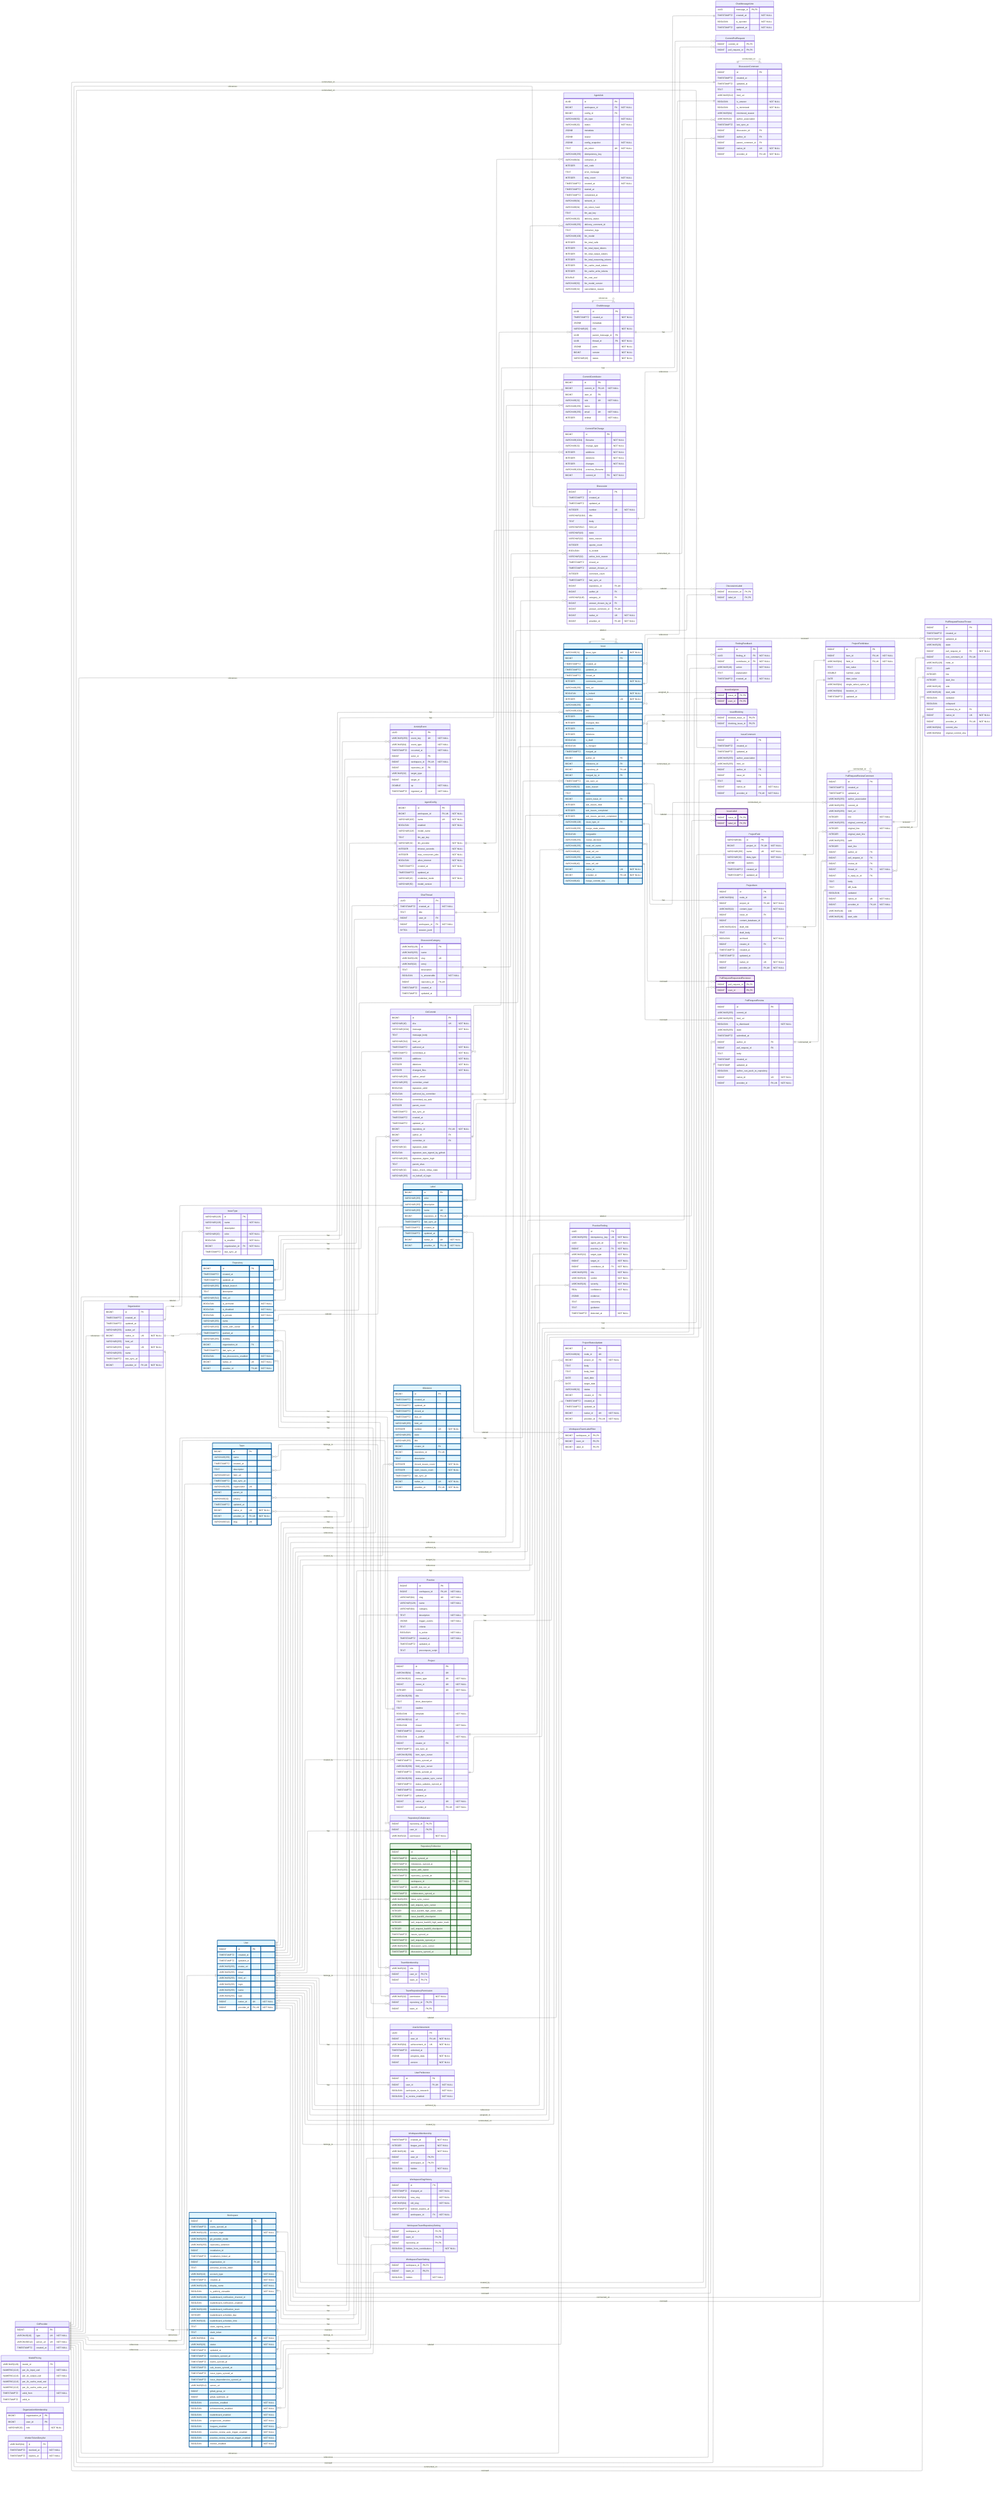
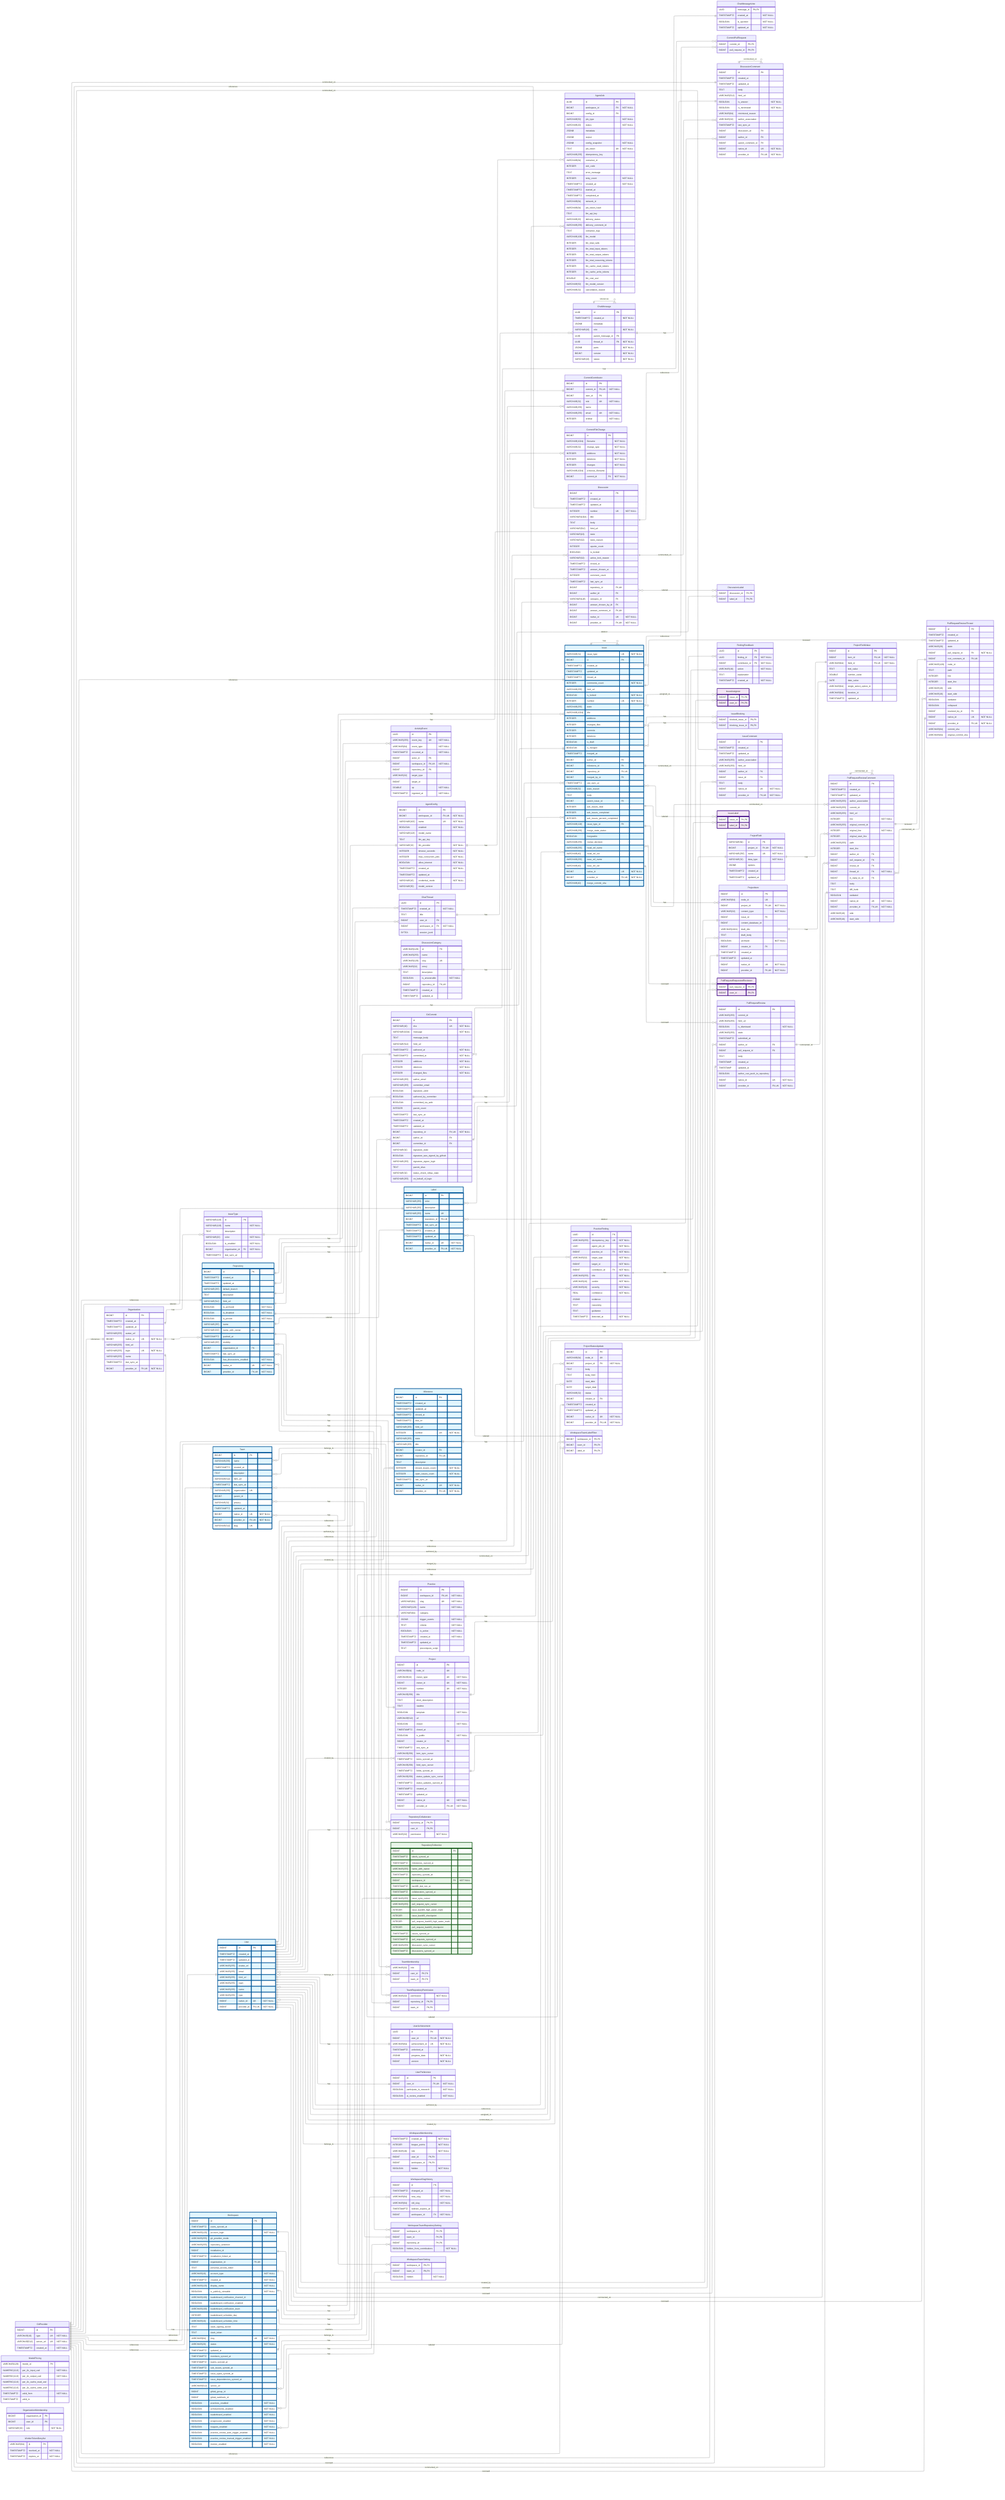
---
config:
    layout: elk
---
erDiagram
    %% Generated automatically from PostgreSQL database schema
    %% using scripts/generate-mermaid-erd.ts
    %% To regenerate: pnpm run db:generate-erd-docs

    direction LR

    ActivityEvent {
        UUID id PK
        VARCHAR(255) event_key UK "NOT NULL"
        VARCHAR(64) event_type "NOT NULL"
        TIMESTAMPTZ occurred_at "NOT NULL"
        BIGINT actor_id FK
        BIGINT workspace_id FK,UK "NOT NULL"
        BIGINT repository_id FK
        VARCHAR(32) target_type
        BIGINT target_id
        DOUBLE xp "NOT NULL"
        TIMESTAMPTZ ingested_at "NOT NULL"
    }

    AgentConfig {
        BIGINT id PK
        BIGINT workspace_id FK,UK "NOT NULL"
        VARCHAR(100) name UK "NOT NULL"
        BOOLEAN enabled "NOT NULL"
        VARCHAR(128) model_name
        TEXT llm_api_key
        VARCHAR(32) llm_provider "NOT NULL"
        INTEGER timeout_seconds "NOT NULL"
        INTEGER max_concurrent_jobs "NOT NULL"
        BOOLEAN allow_internet "NOT NULL"
        TIMESTAMPTZ created_at "NOT NULL"
        TIMESTAMPTZ updated_at
        VARCHAR(16) credential_mode "NOT NULL"
        VARCHAR(50) model_version
    }

    AgentJob {
        UUID id PK
        BIGINT workspace_id FK "NOT NULL"
        BIGINT config_id FK
        VARCHAR(50) job_type "NOT NULL"
        VARCHAR(20) status "NOT NULL"
        JSONB metadata
        JSONB output
        JSONB config_snapshot "NOT NULL"
        TEXT job_token UK "NOT NULL"
        VARCHAR(255) idempotency_key
        VARCHAR(64) container_id
        INTEGER exit_code
        TEXT error_message
        INTEGER retry_count "NOT NULL"
        TIMESTAMPTZ created_at "NOT NULL"
        TIMESTAMPTZ started_at
        TIMESTAMPTZ completed_at
        VARCHAR(64) network_id
        VARCHAR(64) job_token_hash
        TEXT llm_api_key
        VARCHAR(20) delivery_status
        VARCHAR(255) delivery_comment_id
        TEXT container_logs
        VARCHAR(100) llm_model
        INTEGER llm_total_calls
        INTEGER llm_total_input_tokens
        INTEGER llm_total_output_tokens
        INTEGER llm_total_reasoning_tokens
        INTEGER llm_cache_read_tokens
        INTEGER llm_cache_write_tokens
        DOUBLE llm_cost_usd
        VARCHAR(50) llm_model_version
        VARCHAR(32) cancellation_reason
    }

    ChatMessage {
        UUID id PK
        TIMESTAMPTZ created_at "NOT NULL"
        JSONB metadata
        VARCHAR(16) role "NOT NULL"
        UUID parent_message_id FK
        UUID thread_id FK "NOT NULL"
        JSONB parts "NOT NULL"
        BIGINT version "NOT NULL"
        VARCHAR(16) status "NOT NULL"
    }

    ChatMessageVote {
        UUID message_id PK,FK
        TIMESTAMPTZ created_at "NOT NULL"
        BOOLEAN is_upvoted "NOT NULL"
        TIMESTAMPTZ updated_at "NOT NULL"
    }

    ChatThread {
        UUID id PK
        TIMESTAMPTZ created_at "NOT NULL"
        TEXT title
        BIGINT user_id FK
        BIGINT workspace_id FK "NOT NULL"
        BYTEA session_jsonl
    }

    CommitContributor {
        BIGINT id PK
        BIGINT commit_id FK,UK "NOT NULL"
        BIGINT user_id FK
        VARCHAR(32) role UK "NOT NULL"
        VARCHAR(255) name
        VARCHAR(255) email UK "NOT NULL"
        INTEGER ordinal "NOT NULL"
    }

    CommitFileChange {
        BIGINT id PK
        VARCHAR(1024) filename "NOT NULL"
        VARCHAR(32) change_type "NOT NULL"
        INTEGER additions "NOT NULL"
        INTEGER deletions "NOT NULL"
        INTEGER changes "NOT NULL"
        VARCHAR(1024) previous_filename
        BIGINT commit_id FK "NOT NULL"
    }

    CommitPullRequest {
        BIGINT commit_id PK,FK
        BIGINT pull_request_id PK,FK
    }

    Discussion {
        BIGINT id PK
        TIMESTAMPTZ created_at
        TIMESTAMPTZ updated_at
        INTEGER number UK "NOT NULL"
        VARCHAR(1024) title
        TEXT body
        VARCHAR(512) html_url
        VARCHAR(16) state
        VARCHAR(32) state_reason
        INTEGER upvote_count
        BOOLEAN is_locked
        VARCHAR(32) active_lock_reason
        TIMESTAMPTZ closed_at
        TIMESTAMPTZ answer_chosen_at
        INTEGER comment_count
        TIMESTAMPTZ last_sync_at
        BIGINT repository_id FK,UK
        BIGINT author_id FK
        VARCHAR(128) category_id FK
        BIGINT answer_chosen_by_id FK
        BIGINT answer_comment_id FK,UK
        BIGINT native_id UK "NOT NULL"
        BIGINT provider_id FK,UK "NOT NULL"
    }

    DiscussionCategory {
        VARCHAR(128) id PK
        VARCHAR(255) name
        VARCHAR(128) slug UK
        VARCHAR(32) emoji
        TEXT description
        BOOLEAN is_answerable "NOT NULL"
        BIGINT repository_id FK,UK
        TIMESTAMPTZ created_at
        TIMESTAMPTZ updated_at
    }

    DiscussionComment {
        BIGINT id PK
        TIMESTAMPTZ created_at
        TIMESTAMPTZ updated_at
        TEXT body
        VARCHAR(512) html_url
        BOOLEAN is_answer "NOT NULL"
        BOOLEAN is_minimized "NOT NULL"
        VARCHAR(64) minimized_reason
        VARCHAR(32) author_association
        TIMESTAMPTZ last_sync_at
        BIGINT discussion_id FK
        BIGINT author_id FK
        BIGINT parent_comment_id FK
        BIGINT native_id UK "NOT NULL"
        BIGINT provider_id FK,UK "NOT NULL"
    }

    DiscussionLabel {
        BIGINT discussion_id PK,FK
        BIGINT label_id PK,FK
    }

    FindingFeedback {
        UUID id PK
        UUID finding_id FK "NOT NULL"
        BIGINT contributor_id FK "NOT NULL"
        VARCHAR(16) action "NOT NULL"
        TEXT explanation
        TIMESTAMPTZ created_at "NOT NULL"
    }

    GitCommit {
        BIGINT id PK
        VARCHAR(40) sha UK "NOT NULL"
        VARCHAR(1024) message "NOT NULL"
        TEXT message_body
        VARCHAR(512) html_url
        TIMESTAMPTZ authored_at "NOT NULL"
        TIMESTAMPTZ committed_at "NOT NULL"
        INTEGER additions "NOT NULL"
        INTEGER deletions "NOT NULL"
        INTEGER changed_files "NOT NULL"
        VARCHAR(255) author_email
        VARCHAR(255) committer_email
        BOOLEAN signature_valid
        BOOLEAN authored_by_committer
        BOOLEAN committed_via_web
        INTEGER parent_count
        TIMESTAMPTZ last_sync_at
        TIMESTAMPTZ created_at
        TIMESTAMPTZ updated_at
        BIGINT repository_id FK,UK "NOT NULL"
        BIGINT author_id FK
        BIGINT committer_id FK
        VARCHAR(32) signature_state
        BOOLEAN signature_was_signed_by_github
        VARCHAR(255) signature_signer_login
        TEXT parent_shas
        VARCHAR(32) status_check_rollup_state
        VARCHAR(255) on_behalf_of_login
    }

    GitProvider {
        BIGINT id PK
        VARCHAR(10) type UK "NOT NULL"
        VARCHAR(512) server_url UK "NOT NULL"
        TIMESTAMPTZ created_at "NOT NULL"
    }

    Issue {
        VARCHAR(31) issue_type UK "NOT NULL"
        BIGINT id PK
        TIMESTAMPTZ created_at
        TIMESTAMPTZ updated_at
        TIMESTAMPTZ closed_at
        INTEGER comments_count "NOT NULL"
        VARCHAR(255) html_url
        BOOLEAN is_locked "NOT NULL"
        INTEGER number UK "NOT NULL"
        VARCHAR(255) state
        VARCHAR(1024) title
        INTEGER additions
        INTEGER changed_files
        INTEGER commits
        INTEGER deletions
        BOOLEAN is_draft
        BOOLEAN is_merged
        TIMESTAMPTZ merged_at
        BIGINT author_id FK
        BIGINT milestone_id FK
        BIGINT repository_id FK,UK
        BIGINT merged_by_id FK
        TIMESTAMPTZ last_sync_at
        VARCHAR(32) state_reason
        TEXT body
        BIGINT parent_issue_id FK
        INTEGER sub_issues_total
        INTEGER sub_issues_completed
        INTEGER sub_issues_percent_completed
        VARCHAR(128) issue_type_id FK
        VARCHAR(255) merge_state_status
        BOOLEAN mergeable
        VARCHAR(255) review_decision
        VARCHAR(255) head_ref_name
        VARCHAR(40) head_ref_oid
        VARCHAR(255) base_ref_name
        VARCHAR(40) base_ref_oid
        BIGINT native_id UK "NOT NULL"
        BIGINT provider_id FK,UK "NOT NULL"
        VARCHAR(40) merge_commit_sha
    }

    IssueAssignee {
        BIGINT issue_id PK,FK
        BIGINT user_id PK,FK
    }

    IssueBlocking {
        BIGINT blocked_issue_id PK,FK
        BIGINT blocking_issue_id PK,FK
    }

    IssueComment {
        BIGINT id PK
        TIMESTAMPTZ created_at
        TIMESTAMPTZ updated_at
        VARCHAR(255) author_association
        VARCHAR(255) html_url
        BIGINT author_id FK
        BIGINT issue_id FK
        TEXT body
        BIGINT native_id UK "NOT NULL"
        BIGINT provider_id FK,UK "NOT NULL"
    }

    IssueLabel {
        BIGINT issue_id PK,FK
        BIGINT label_id PK,FK
    }

    IssueType {
        VARCHAR(128) id PK
        VARCHAR(128) name "NOT NULL"
        TEXT description
        VARCHAR(20) color "NOT NULL"
        BOOLEAN is_enabled "NOT NULL"
        BIGINT organization_id FK "NOT NULL"
        TIMESTAMPTZ last_sync_at
    }

    Label {
        BIGINT id PK
        VARCHAR(255) color
        VARCHAR(255) description
        VARCHAR(255) name UK
        BIGINT repository_id FK,UK
        TIMESTAMPTZ last_sync_at
        TIMESTAMPTZ created_at
        TIMESTAMPTZ updated_at
        BIGINT native_id UK "NOT NULL"
        BIGINT provider_id FK,UK "NOT NULL"
    }

    Milestone {
        BIGINT id PK
        TIMESTAMPTZ created_at
        TIMESTAMPTZ updated_at
        TIMESTAMPTZ closed_at
        TIMESTAMPTZ due_on
        VARCHAR(255) html_url
        INTEGER number UK "NOT NULL"
        VARCHAR(255) state
        VARCHAR(255) title
        BIGINT creator_id FK
        BIGINT repository_id FK,UK
        TEXT description
        INTEGER closed_issues_count "NOT NULL"
        INTEGER open_issues_count "NOT NULL"
        TIMESTAMPTZ last_sync_at
        BIGINT native_id UK "NOT NULL"
        BIGINT provider_id FK,UK "NOT NULL"
    }

    ModelPricing {
        VARCHAR(128) model_id PK
        NUMERIC(12,6) per_1k_input_usd "NOT NULL"
        NUMERIC(12,6) per_1k_output_usd "NOT NULL"
        NUMERIC(12,6) per_1k_cache_read_usd
        NUMERIC(12,6) per_1k_cache_write_usd
        TIMESTAMPTZ valid_from "NOT NULL"
        TIMESTAMPTZ valid_to
    }

    Organization {
        BIGINT id PK
        TIMESTAMPTZ created_at
        TIMESTAMPTZ updated_at
        VARCHAR(255) avatar_url
        BIGINT native_id UK "NOT NULL"
        VARCHAR(255) html_url
        VARCHAR(255) login UK "NOT NULL"
        VARCHAR(255) name
        TIMESTAMPTZ last_sync_at
        BIGINT provider_id FK,UK "NOT NULL"
    }

    OrganizationMembership {
        BIGINT organization_id PK
        BIGINT user_id PK
        VARCHAR(32) role "NOT NULL"
    }

    Practice {
        BIGINT id PK
        BIGINT workspace_id FK,UK "NOT NULL"
        VARCHAR(64) slug UK "NOT NULL"
        VARCHAR(128) name "NOT NULL"
        VARCHAR(64) category
-         TEXT description "NOT NULL"
        JSONB trigger_events "NOT NULL"
-         TEXT criteria
+         TEXT criteria "NOT NULL"
        BOOLEAN is_active "NOT NULL"
        TIMESTAMPTZ created_at "NOT NULL"
        TIMESTAMPTZ updated_at
        TEXT precompute_script
    }

    PracticeFinding {
        UUID id PK
        VARCHAR(255) idempotency_key UK "NOT NULL"
        UUID agent_job_id "NOT NULL"
        BIGINT practice_id FK "NOT NULL"
        VARCHAR(32) target_type "NOT NULL"
        BIGINT target_id "NOT NULL"
        BIGINT contributor_id FK "NOT NULL"
        VARCHAR(255) title "NOT NULL"
        VARCHAR(16) verdict "NOT NULL"
        VARCHAR(16) severity "NOT NULL"
        REAL confidence "NOT NULL"
        JSONB evidence
        TEXT reasoning
        TEXT guidance
        TIMESTAMPTZ detected_at "NOT NULL"
    }

    Project {
        BIGINT id PK
        VARCHAR(64) node_id UK
        VARCHAR(32) owner_type UK "NOT NULL"
        BIGINT owner_id UK "NOT NULL"
        INTEGER number UK "NOT NULL"
        VARCHAR(256) title
        TEXT short_description
        TEXT readme
        BOOLEAN template "NOT NULL"
        VARCHAR(512) url
        BOOLEAN closed "NOT NULL"
        TIMESTAMPTZ closed_at
        BOOLEAN is_public "NOT NULL"
        BIGINT creator_id FK
        TIMESTAMPTZ last_sync_at
        VARCHAR(256) item_sync_cursor
        TIMESTAMPTZ items_synced_at
        VARCHAR(256) field_sync_cursor
        TIMESTAMPTZ fields_synced_at
        VARCHAR(256) status_update_sync_cursor
        TIMESTAMPTZ status_updates_synced_at
        TIMESTAMPTZ created_at
        TIMESTAMPTZ updated_at
        BIGINT native_id UK "NOT NULL"
        BIGINT provider_id FK,UK "NOT NULL"
    }

    ProjectField {
        VARCHAR(64) id PK
        BIGINT project_id FK,UK "NOT NULL"
        VARCHAR(256) name UK "NOT NULL"
        VARCHAR(32) data_type "NOT NULL"
        JSONB options
        TIMESTAMPTZ created_at
        TIMESTAMPTZ updated_at
    }

    ProjectFieldValue {
        BIGINT id PK
        BIGINT item_id FK,UK "NOT NULL"
        VARCHAR(64) field_id FK,UK "NOT NULL"
        TEXT text_value
        DOUBLE number_value
        DATE date_value
        VARCHAR(64) single_select_option_id
        VARCHAR(64) iteration_id
        TIMESTAMPTZ updated_at
    }

    ProjectItem {
        BIGINT id PK
        VARCHAR(64) node_id UK
        BIGINT project_id FK,UK "NOT NULL"
        VARCHAR(32) content_type "NOT NULL"
        BIGINT issue_id FK
        BIGINT content_database_id
        VARCHAR(1024) draft_title
        TEXT draft_body
        BOOLEAN archived "NOT NULL"
        BIGINT creator_id FK
        TIMESTAMPTZ created_at
        TIMESTAMPTZ updated_at
        BIGINT native_id UK "NOT NULL"
        BIGINT provider_id FK,UK "NOT NULL"
    }

    ProjectStatusUpdate {
        BIGINT id PK
        VARCHAR(64) node_id UK
        BIGINT project_id FK "NOT NULL"
        TEXT body
        TEXT body_html
        DATE start_date
        DATE target_date
        VARCHAR(32) status
        BIGINT creator_id FK
        TIMESTAMPTZ created_at
        TIMESTAMPTZ updated_at
        BIGINT native_id UK "NOT NULL"
        BIGINT provider_id FK,UK "NOT NULL"
    }

    PullRequestRequestedReviewer {
        BIGINT pull_request_id PK,FK
        BIGINT user_id PK,FK
    }

    PullRequestReview {
        BIGINT id PK
        VARCHAR(255) commit_id
        VARCHAR(255) html_url
        BOOLEAN is_dismissed "NOT NULL"
        VARCHAR(255) state
        TIMESTAMPTZ submitted_at
        BIGINT author_id FK
        BIGINT pull_request_id FK
        TEXT body
        TIMESTAMP created_at
        TIMESTAMP updated_at
        BOOLEAN author_can_push_to_repository
        BIGINT native_id UK "NOT NULL"
        BIGINT provider_id FK,UK "NOT NULL"
    }

    PullRequestReviewComment {
        BIGINT id PK
        TIMESTAMPTZ created_at
        TIMESTAMPTZ updated_at
        VARCHAR(255) author_association
        VARCHAR(255) commit_id
        VARCHAR(255) html_url
        INTEGER line "NOT NULL"
        VARCHAR(255) original_commit_id
        INTEGER original_line "NOT NULL"
        INTEGER original_start_line
        VARCHAR(255) path
        INTEGER start_line
        BIGINT author_id FK
        BIGINT pull_request_id FK
        BIGINT review_id FK
        BIGINT thread_id FK "NOT NULL"
        BIGINT in_reply_to_id FK
        TEXT body
        TEXT diff_hunk
        BOOLEAN outdated
        BIGINT native_id UK "NOT NULL"
        BIGINT provider_id FK,UK "NOT NULL"
        VARCHAR(16) side
        VARCHAR(16) start_side
    }

    PullRequestReviewThread {
        BIGINT id PK
        TIMESTAMPTZ created_at
        TIMESTAMPTZ updated_at
        VARCHAR(20) state
        BIGINT pull_request_id FK "NOT NULL"
        BIGINT root_comment_id FK,UK
        VARCHAR(128) node_id
        TEXT path
        INTEGER line
        INTEGER start_line
        VARCHAR(16) side
        VARCHAR(16) start_side
        BOOLEAN outdated
        BOOLEAN collapsed
        BIGINT resolved_by_id FK
        BIGINT native_id UK "NOT NULL"
        BIGINT provider_id FK,UK "NOT NULL"
        VARCHAR(64) commit_sha
        VARCHAR(64) original_commit_sha
    }

    Repository {
        BIGINT id PK
        TIMESTAMPTZ created_at
        TIMESTAMPTZ updated_at
        VARCHAR(255) default_branch
        TEXT description
        VARCHAR(512) html_url
        BOOLEAN is_archived "NOT NULL"
        BOOLEAN is_disabled "NOT NULL"
        BOOLEAN is_private "NOT NULL"
        VARCHAR(255) name
        VARCHAR(150) name_with_owner UK
        TIMESTAMPTZ pushed_at
        VARCHAR(255) visibility
        BIGINT organization_id FK
        TIMESTAMPTZ last_sync_at
        BOOLEAN has_discussions_enabled "NOT NULL"
        BIGINT native_id UK "NOT NULL"
        BIGINT provider_id FK,UK "NOT NULL"
    }

    RepositoryCollaborator {
        BIGINT repository_id PK,FK
        BIGINT user_id PK,FK
        VARCHAR(32) permission "NOT NULL"
    }

    RepositoryToMonitor {
        BIGINT id PK
        TIMESTAMPTZ labels_synced_at
        TIMESTAMPTZ milestones_synced_at
        VARCHAR(255) name_with_owner
        TIMESTAMPTZ repository_synced_at
        BIGINT workspace_id FK "NOT NULL"
        TIMESTAMPTZ backfill_last_run_at
        TIMESTAMPTZ collaborators_synced_at
        VARCHAR(255) issue_sync_cursor
        VARCHAR(255) pull_request_sync_cursor
        INTEGER issue_backfill_high_water_mark
        INTEGER issue_backfill_checkpoint
        INTEGER pull_request_backfill_high_water_mark
        INTEGER pull_request_backfill_checkpoint
        TIMESTAMPTZ issues_synced_at
        TIMESTAMPTZ pull_requests_synced_at
        VARCHAR(255) discussion_sync_cursor
        TIMESTAMPTZ discussions_synced_at
    }

    Team {
        BIGINT id PK
        VARCHAR(255) name
        TIMESTAMPTZ created_at
        TEXT description
        VARCHAR(512) html_url
        TIMESTAMPTZ last_sync_at
        VARCHAR(255) organization UK
        BIGINT parent_id
        VARCHAR(32) privacy
        TIMESTAMPTZ updated_at
        BIGINT native_id UK "NOT NULL"
        BIGINT provider_id FK,UK "NOT NULL"
        VARCHAR(512) slug UK
    }

    TeamMembership {
        VARCHAR(32) role
        BIGINT user_id PK,FK
        BIGINT team_id PK,FK
    }

    TeamRepositoryPermission {
        VARCHAR(32) permission "NOT NULL"
        BIGINT repository_id PK,FK
        BIGINT team_id PK,FK
    }

    User {
        BIGINT id PK
        TIMESTAMPTZ created_at
        TIMESTAMPTZ updated_at
        VARCHAR(255) avatar_url
        VARCHAR(255) email
        VARCHAR(255) html_url
        VARCHAR(255) login
        VARCHAR(255) name
        VARCHAR(255) type
        BIGINT native_id UK "NOT NULL"
        BIGINT provider_id FK,UK "NOT NULL"
    }

    UserAchievement {
        UUID id PK
        BIGINT user_id FK,UK "NOT NULL"
        VARCHAR(64) achievement_id UK "NOT NULL"
        TIMESTAMPTZ unlocked_at
        JSONB progress_data "NOT NULL"
        BIGINT version "NOT NULL"
    }

    UserPreference {
        BIGINT id PK
        BIGINT user_id FK,UK "NOT NULL"
        BOOLEAN participate_in_research "NOT NULL"
        BOOLEAN ai_review_enabled "NOT NULL"
    }

    WorkerTokenDenylist {
        VARCHAR(64) jti PK
        TIMESTAMPTZ revoked_at "NOT NULL"
        TIMESTAMPTZ expires_at "NOT NULL"
    }

    Workspace {
        BIGINT id PK
        TIMESTAMPTZ users_synced_at
        VARCHAR(120) account_login "NOT NULL"
        VARCHAR(255) git_provider_mode
        VARCHAR(255) repository_selection
        BIGINT installation_id
        TIMESTAMPTZ installation_linked_at
        BIGINT organization_id FK,UK
        TEXT personal_access_token
        VARCHAR(10) account_type "NOT NULL"
        TIMESTAMPTZ created_at "NOT NULL"
        VARCHAR(120) display_name "NOT NULL"
        BOOLEAN is_publicly_viewable "NOT NULL"
        VARCHAR(100) leaderboard_notification_channel_id
        BOOLEAN leaderboard_notification_enabled
        VARCHAR(100) leaderboard_notification_team
        INTEGER leaderboard_schedule_day
        VARCHAR(10) leaderboard_schedule_time
        TEXT slack_signing_secret
        TEXT slack_token
        VARCHAR(64) slug UK "NOT NULL"
        VARCHAR(20) status "NOT NULL"
        TIMESTAMPTZ updated_at
        TIMESTAMPTZ members_synced_at
        TIMESTAMPTZ teams_synced_at
        TIMESTAMPTZ sub_issues_synced_at
        TIMESTAMPTZ issue_types_synced_at
        TIMESTAMPTZ issue_dependencies_synced_at
        VARCHAR(512) server_url
        BIGINT gitlab_group_id
        BIGINT gitlab_webhook_id
        BOOLEAN practices_enabled "NOT NULL"
        BOOLEAN achievements_enabled "NOT NULL"
        BOOLEAN leaderboard_enabled "NOT NULL"
        BOOLEAN progression_enabled "NOT NULL"
        BOOLEAN leagues_enabled "NOT NULL"
        BOOLEAN practice_review_auto_trigger_enabled "NOT NULL"
        BOOLEAN practice_review_manual_trigger_enabled "NOT NULL"
        BOOLEAN mentor_enabled "NOT NULL"
    }

    WorkspaceMembership {
        TIMESTAMPTZ created_at "NOT NULL"
        INTEGER league_points "NOT NULL"
        VARCHAR(16) role "NOT NULL"
        BIGINT user_id PK,FK
        BIGINT workspace_id PK,FK
        BOOLEAN hidden "NOT NULL"
    }

    WorkspaceSlugHistory {
        BIGINT id PK
        TIMESTAMPTZ changed_at "NOT NULL"
        VARCHAR(64) new_slug "NOT NULL"
        VARCHAR(64) old_slug "NOT NULL"
        TIMESTAMPTZ redirect_expires_at
        BIGINT workspace_id FK "NOT NULL"
    }

    WorkspaceTeamLabelFilter {
        BIGINT workspace_id PK,FK
        BIGINT team_id PK,FK
        BIGINT label_id PK,FK
    }

    WorkspaceTeamRepositorySetting {
        BIGINT workspace_id PK,FK
        BIGINT team_id PK,FK
        BIGINT repository_id PK,FK
        BOOLEAN hidden_from_contributions "NOT NULL"
    }

    WorkspaceTeamSetting {
        BIGINT workspace_id PK,FK
        BIGINT team_id PK,FK
        BOOLEAN hidden "NOT NULL"
    }

    %% Relationships
    %% One-to-One relationships
    Workspace ||--|| ActivityEvent : has
    Workspace ||--|| AgentConfig : has
    ChatMessage ||--|| ChatMessageVote : has
    GitCommit ||--|| CommitContributor : has
    DiscussionComment ||--|| Discussion : references
    GitProvider ||--|| Discussion : references
    Repository ||--|| Discussion : has
    Repository ||--|| DiscussionCategory : has
    GitProvider ||--|| DiscussionComment : commented_on
    Repository ||--|| GitCommit : has
    GitProvider ||--|| Issue : references
    Repository ||--|| Issue : has
    GitProvider ||--|| IssueComment : commented_on
    GitProvider ||--|| Label : labeled
    Repository ||--|| Label : labeled
    GitProvider ||--|| Milestone : references
    Repository ||--|| Milestone : has
    GitProvider ||--|| Organization : references
    Workspace ||--|| Practice : has
    GitProvider ||--|| Project : references
    Project ||--|| ProjectField : has
    ProjectField ||--|| ProjectFieldValue : has
    ProjectItem ||--|| ProjectFieldValue : has
    Project ||--|| ProjectItem : has
    GitProvider ||--|| ProjectItem : references
    GitProvider ||--|| ProjectStatusUpdate : references
    GitProvider ||--|| PullRequestReview : reviewed
    GitProvider ||--|| PullRequestReviewComment : commented_on
    GitProvider ||--|| PullRequestReviewThread : reviewed
    PullRequestReviewComment ||--|| PullRequestReviewThread : reviewed
    GitProvider ||--|| Repository : references
    GitProvider ||--|| Team : references
    GitProvider ||--|| User : references
    User ||--|| UserAchievement : has
    User ||--|| UserPreference : has
    Organization ||--|| Workspace : has
    User ||--|| WorkspaceMembership : belongs_to
    Workspace ||--|| WorkspaceMembership : belongs_to

    %% One-to-Many relationships
    User ||--o{ ActivityEvent : references
    Repository ||--o{ ActivityEvent : has
    AgentConfig ||--o{ AgentJob : has
    Workspace ||--o{ AgentJob : has
    ChatMessage ||--o{ ChatMessage : references
    ChatThread ||--o{ ChatMessage : has
    User ||--o{ ChatThread : has
    Workspace ||--o{ ChatThread : has
    User ||--o{ CommitContributor : has
    GitCommit ||--o{ CommitFileChange : has
    User ||--o{ Discussion : references
    User ||--o{ Discussion : authored_by
    DiscussionCategory ||--o{ Discussion : has
    User ||--o{ DiscussionComment : commented_on
    Discussion ||--o{ DiscussionComment : commented_on
    DiscussionComment ||--o{ DiscussionComment : commented_on
    User ||--o{ FindingFeedback : references
    PracticeFinding ||--o{ FindingFeedback : has
    User ||--o{ GitCommit : authored_by
    User ||--o{ GitCommit : references
    User ||--o{ Issue : authored_by
    IssueType ||--o{ Issue : has
    User ||--o{ Issue : merged_by
    Milestone ||--o{ Issue : has
    Issue ||--o{ Issue : has
    User ||--o{ IssueComment : commented_on
    Issue ||--o{ IssueComment : commented_on
    Organization ||--o{ IssueType : has
    User ||--o{ Milestone : created_by
    User ||--o{ PracticeFinding : references
    Practice ||--o{ PracticeFinding : has
    User ||--o{ Project : created_by
    User ||--o{ ProjectItem : created_by
    Issue ||--o{ ProjectItem : has
    User ||--o{ ProjectStatusUpdate : created_by
    Project ||--o{ ProjectStatusUpdate : has
    User ||--o{ PullRequestReview : reviewed
    Issue ||--o{ PullRequestReview : reviewed
    User ||--o{ PullRequestReviewComment : commented_on
    PullRequestReviewComment ||--o{ PullRequestReviewComment : commented_on
    Issue ||--o{ PullRequestReviewComment : commented_on
    PullRequestReview ||--o{ PullRequestReviewComment : commented_on
    PullRequestReviewThread ||--o{ PullRequestReviewComment : commented_on
    Issue ||--o{ PullRequestReviewThread : reviewed
    User ||--o{ PullRequestReviewThread : reviewed
    Organization ||--o{ Repository : has
    Workspace ||--o{ RepositoryToMonitor : monitors
    Workspace ||--o{ WorkspaceSlugHistory : has

    %% Many-to-Many relationships
    GitCommit }o--o{ CommitPullRequest : has
    Issue }o--o{ CommitPullRequest : references
    Discussion }o--o{ DiscussionLabel : labeled
    Label }o--o{ DiscussionLabel : labeled
    Issue }o--o{ IssueAssignee : assigned_to
    User }o--o{ IssueAssignee : assigned_to
    Issue }o--o{ IssueBlocking : has
    Issue }o--o{ IssueBlocking : has
    Issue }o--o{ IssueLabel : labeled
    Label }o--o{ IssueLabel : labeled
    Issue }o--o{ PullRequestRequestedReviewer : reviewed
    User }o--o{ PullRequestRequestedReviewer : reviewed
    Repository }o--o{ RepositoryCollaborator : has
    User }o--o{ RepositoryCollaborator : has
    Team }o--o{ TeamMembership : belongs_to
    User }o--o{ TeamMembership : belongs_to
    Repository }o--o{ TeamRepositoryPermission : has
    Team }o--o{ TeamRepositoryPermission : has
    Label }o--o{ WorkspaceTeamLabelFilter : labeled
    Team }o--o{ WorkspaceTeamLabelFilter : labeled
    Workspace }o--o{ WorkspaceTeamLabelFilter : labeled
    Repository }o--o{ WorkspaceTeamRepositorySetting : has
    Team }o--o{ WorkspaceTeamRepositorySetting : has
    Workspace }o--o{ WorkspaceTeamRepositorySetting : has
    Team }o--o{ WorkspaceTeamSetting : has
    Workspace }o--o{ WorkspaceTeamSetting : has

    %% Styling
    classDef primaryEntity fill:#e1f5fe,stroke:#01579b,stroke-width:2px
    classDef associationEntity fill:#f3e5f5,stroke:#4a148c,stroke-width:2px
    classDef metadataEntity fill:#e8f5e8,stroke:#1b5e20,stroke-width:2px

    class Issue primaryEntity
    class IssueAssignee associationEntity
    class IssueLabel associationEntity
    class Label primaryEntity
    class Milestone primaryEntity
    class PullRequestRequestedReviewer associationEntity
    class Repository primaryEntity
    class RepositoryToMonitor metadataEntity
    class Team primaryEntity
    class User primaryEntity
    class Workspace primaryEntity
